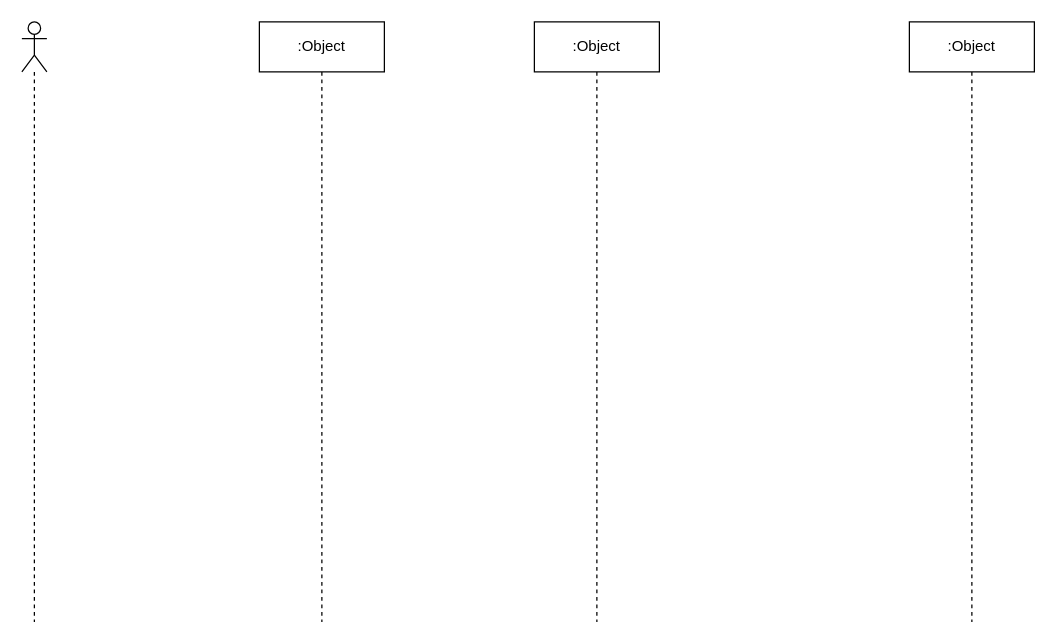
letham1612/test.ithub keeps this draw.io diagram as upnhac.drawio. Above is the earlier version. Source tidied: cells renumbered, new cells numbered last; positions are measured from the earlier drawing's top-left corner, leaving out a move shared by most shapes. Both pictures are drawn from the tidied source at 125%, with x=0, y=0 at pixel (21, 21).
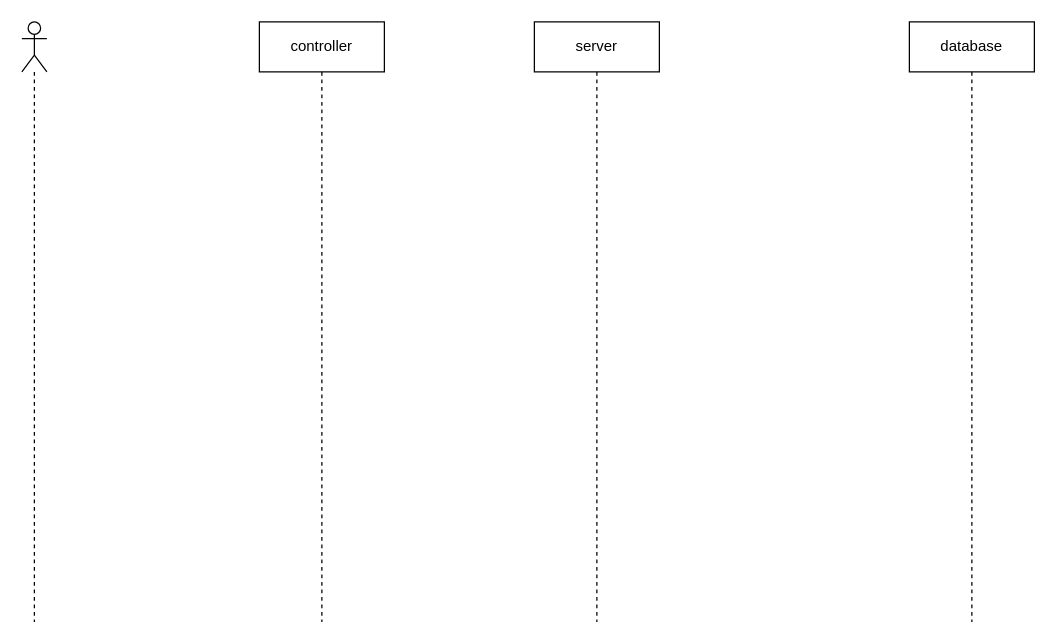
After the change.

Commit message (it also covers changes not shown here):
Cập nhật upnhac.drawio

What changed in the source:
```diff
@@
 <mxGraphModel>
   <root>
     <mxCell id="0" />
     <mxCell id="1" parent="0" />
     <mxCell id="2" style="shape=umlLifeline;perimeter=lifelinePerimeter;whiteSpace=wrap;html=1;newEdgeStyle={&quot;curved&quot;:0,&quot;rounded&quot;:0};participant=umlActor;" parent="1" vertex="1">
       <mxGeometry width="20" height="480" as="geometry" />
     </mxCell>
-    <mxCell id="3" value=":Object" style="shape=umlLifeline;perimeter=lifelinePerimeter;whiteSpace=wrap;html=1;newEdgeStyle={&quot;curved&quot;:0,&quot;rounded&quot;:0};" parent="1" vertex="1">
+    <mxCell id="3" value="controller" style="shape=umlLifeline;perimeter=lifelinePerimeter;whiteSpace=wrap;html=1;newEdgeStyle={&quot;curved&quot;:0,&quot;rounded&quot;:0};" parent="1" vertex="1">
       <mxGeometry x="190" width="100" height="480" as="geometry" />
     </mxCell>
-    <mxCell id="4" value=":Object" style="shape=umlLifeline;perimeter=lifelinePerimeter;whiteSpace=wrap;html=1;newEdgeStyle={&quot;curved&quot;:0,&quot;rounded&quot;:0};" parent="1" vertex="1">
+    <mxCell id="4" value="server" style="shape=umlLifeline;perimeter=lifelinePerimeter;whiteSpace=wrap;html=1;newEdgeStyle={&quot;curved&quot;:0,&quot;rounded&quot;:0};" parent="1" vertex="1">
       <mxGeometry x="410" width="100" height="480" as="geometry" />
     </mxCell>
-    <mxCell id="5" value=":Object" style="shape=umlLifeline;perimeter=lifelinePerimeter;whiteSpace=wrap;html=1;newEdgeStyle={&quot;curved&quot;:0,&quot;rounded&quot;:0};" parent="1" vertex="1">
+    <mxCell id="5" value="database" style="shape=umlLifeline;perimeter=lifelinePerimeter;whiteSpace=wrap;html=1;newEdgeStyle={&quot;curved&quot;:0,&quot;rounded&quot;:0};" parent="1" vertex="1">
       <mxGeometry x="710" width="100" height="480" as="geometry" />
     </mxCell>
   </root>
 </mxGraphModel>
```
